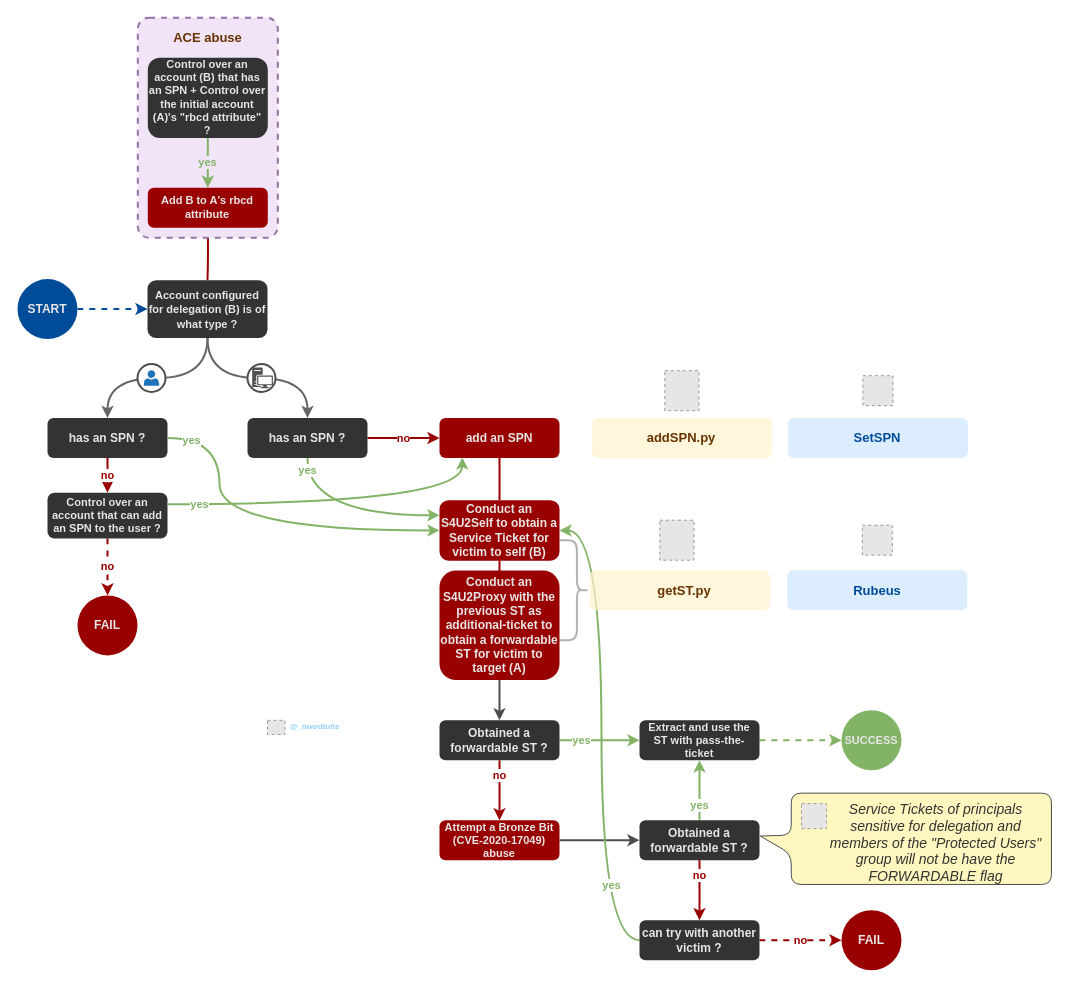
Above: page "rbcd" (3 of 3) of .assets/drawios/Kerberos_delegations.drawio in The-Hacker-Recipes/The-Hacker-Recipes (draw.io), before the change. Source tidied: cells renumbered, new cells numbered last; positions are measured from the earlier drawing's top-left corner, leaving out a move shared by most shapes. Both pictures are drawn from the tidied source at 100%, with x=0, y=0 at pixel (17, 17). Pictures stored in the file or linked from it are replaced by grey dashed boxes.
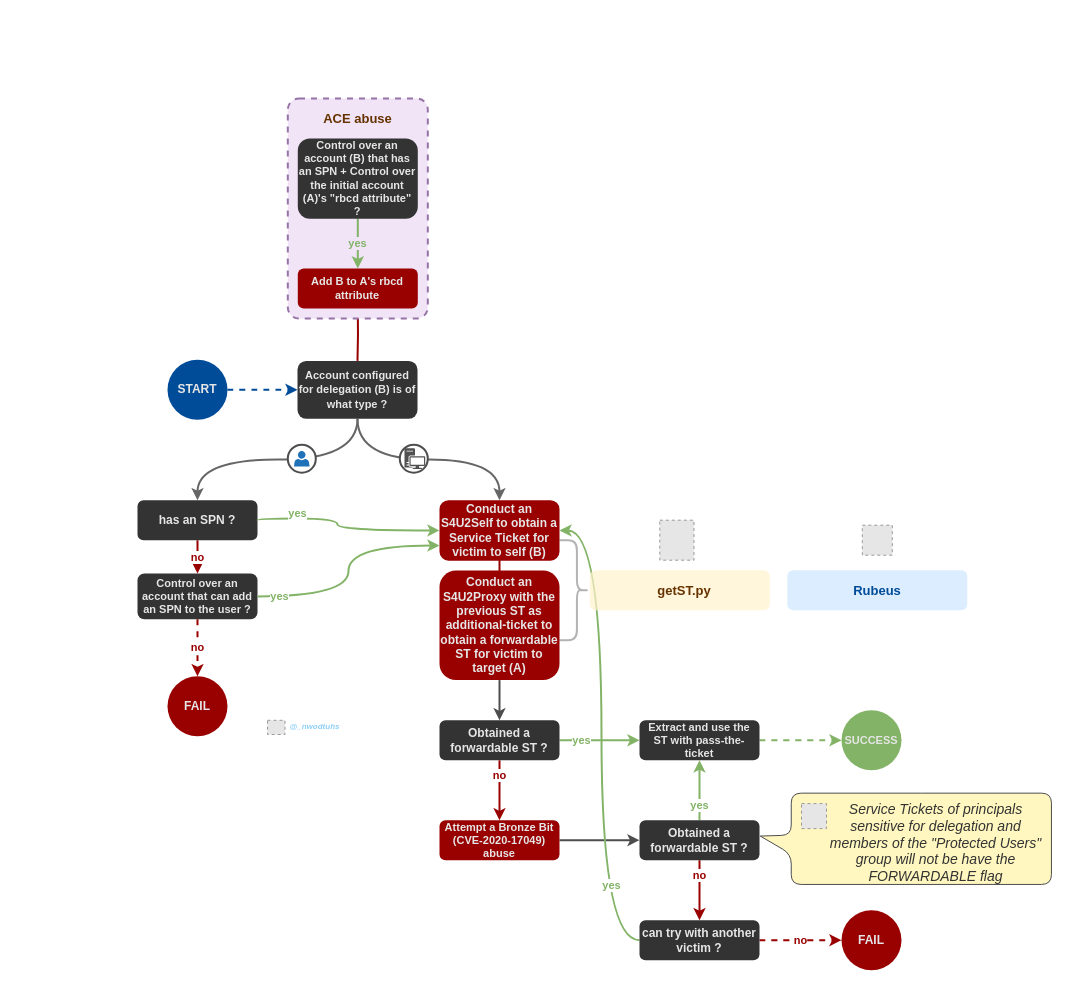
The same page after the edit.

Unchanged cells that the change refers to:
```xml
<mxCell id="28" value="Conduct an S4U2Self to obtain a Service Ticket for victim to self (B)" style="rounded=1;whiteSpace=wrap;html=1;fontColor=#E6E6E6;fontStyle=1;strokeColor=none;fillColor=#990000;" parent="1" vertex="1">
  <mxGeometry x="422" y="482.7" width="120" height="60.5" as="geometry" />
</mxCell>
```

Change to the diagram source:
```diff
@@
-    <mxCell id="33" style="rounded=0;jettySize=auto;html=1;strokeWidth=2;edgeStyle=orthogonalEdgeStyle;curved=1;strokeColor=#666666;" parent="1" edge="1" source="35" target="37">
+    <mxCell id="33" style="rounded=0;jettySize=auto;html=1;strokeWidth=2;edgeStyle=orthogonalEdgeStyle;curved=1;strokeColor=#666666;exitX=0.5;exitY=1;exitDx=0;exitDy=0;" parent="1" edge="1" source="35" target="37">
       <mxGeometry relative="1" as="geometry" />
     </mxCell>
-    <mxCell id="34" style="edgeStyle=orthogonalEdgeStyle;rounded=0;jettySize=auto;html=1;strokeWidth=2;curved=1;strokeColor=#666666;" parent="1" edge="1" source="35" target="39">
+    <mxCell id="34" style="edgeStyle=orthogonalEdgeStyle;rounded=0;jettySize=auto;html=1;strokeWidth=2;curved=1;strokeColor=#666666;entryX=0.5;entryY=0;entryDx=0;entryDy=0;exitX=0.5;exitY=1;exitDx=0;exitDy=0;" parent="1" edge="1" source="35" target="28">
       <mxGeometry relative="1" as="geometry" />
     </mxCell>
     <mxCell id="35" value="&lt;font style=&quot;font-size: 11px&quot;&gt;Account configured for delegation (B) is of what type ?&lt;/font&gt;" style="rounded=1;whiteSpace=wrap;html=1;fontColor=#E6E6E6;fontStyle=1;fillColor=#333333;strokeColor=none;" parent="1" vertex="1">
-      <mxGeometry x="130" y="262.7" width="120" height="57.8" as="geometry" />
+      <mxGeometry x="280" y="343.4" width="120" height="57.8" as="geometry" />
     </mxCell>
@@
     <mxCell id="37" value="has an SPN ?" style="rounded=1;whiteSpace=wrap;html=1;fontColor=#E6E6E6;fontStyle=1;fillColor=#333333;strokeColor=none;" parent="1" vertex="1">
-      <mxGeometry x="30" y="400.5" width="120" height="40" as="geometry" />
+      <mxGeometry x="120" y="482.7" width="120" height="40" as="geometry" />
     </mxCell>
-    <mxCell id="38" value="no" style="edgeStyle=orthogonalEdgeStyle;rounded=0;jettySize=auto;html=1;strokeWidth=2;curved=1;strokeColor=#990000;labelBackgroundColor=#ffffff;fontColor=#990000;fontStyle=1;" parent="1" edge="1" source="39" target="40">
-      <mxGeometry relative="1" as="geometry" />
-    </mxCell>
-    <mxCell id="39" value="has an SPN ?" style="rounded=1;whiteSpace=wrap;html=1;fontColor=#E6E6E6;fontStyle=1;fillColor=#333333;strokeColor=none;" parent="1" vertex="1">
-      <mxGeometry x="230" y="400.5" width="120" height="40" as="geometry" />
-    </mxCell>
-    <mxCell id="40" value="add an SPN" style="rounded=1;whiteSpace=wrap;html=1;fontColor=#E6E6E6;fontStyle=1;strokeColor=none;fillColor=#990000;" parent="1" vertex="1">
-      <mxGeometry x="422" y="400.5" width="120" height="40" as="geometry" />
-    </mxCell>
     <mxCell id="41" value="Control over an account that can add an SPN to the user ?" style="rounded=1;whiteSpace=wrap;html=1;fontColor=#E6E6E6;fontStyle=1;fillColor=#333333;strokeColor=none;fontSize=11;" parent="1" vertex="1">
-      <mxGeometry x="30" y="475.2" width="120" height="45.8" as="geometry" />
+      <mxGeometry x="120" y="556" width="120" height="45.8" as="geometry" />
     </mxCell>
     <mxCell id="42" value="FAIL" style="ellipse;whiteSpace=wrap;html=1;fillColor=#990000;fontSize=12;fontStyle=1;fontColor=#E6E6E6;strokeColor=none;" parent="1" vertex="1">
-      <mxGeometry x="60" y="577.9" width="60" height="60" as="geometry" />
+      <mxGeometry x="150" y="658.7" width="60" height="60" as="geometry" />
     </mxCell>
-    <mxCell id="43" style="rounded=1;whiteSpace=wrap;html=1;fillColor=#fff2cc;strokeColor=none;opacity=70;" parent="1" vertex="1">
-      <mxGeometry x="574.4" y="400.5" width="180" height="40" as="geometry" />
-    </mxCell>
-    <mxCell id="44" style="rounded=1;whiteSpace=wrap;html=1;fillColor=#CCE5FF;strokeColor=none;opacity=70;" parent="1" vertex="1">
-      <mxGeometry x="770.4" y="400.5" width="180" height="40" as="geometry" />
-    </mxCell>
-    <mxCell id="45" style="fillColor=#E6E6E6;strokeColor=#999999;dashed=1;verticalLabelPosition=bottom;labelBackgroundColor=#ffffff;verticalAlign=top;" parent="1" vertex="1">
-      <mxGeometry x="647.3" y="353.2" width="34.2" height="40" as="geometry" />
-    </mxCell>
-    <mxCell id="46" style="fillColor=#E6E6E6;strokeColor=#999999;dashed=1;verticalLabelPosition=bottom;labelBackgroundColor=#ffffff;verticalAlign=top;" parent="1" vertex="1">
-      <mxGeometry x="845.4" y="358.2" width="30" height="30" as="geometry" />
-    </mxCell>
-    <mxCell id="47" value="SetSPN" style="text;html=1;strokeColor=none;fillColor=none;align=center;verticalAlign=middle;whiteSpace=wrap;rounded=0;fontSize=13;fontStyle=1;fontColor=#004C99;" parent="1" vertex="1">
-      <mxGeometry x="820.4" y="410" width="80" height="20" as="geometry" />
-    </mxCell>
-    <mxCell id="48" value="addSPN.py" style="text;html=1;strokeColor=none;fillColor=none;align=center;verticalAlign=middle;whiteSpace=wrap;rounded=0;fontSize=13;fontStyle=1;fontColor=#663300;" parent="1" vertex="1">
-      <mxGeometry x="612.4" y="410" width="104" height="20" as="geometry" />
-    </mxCell>
     <mxCell id="49" style="group;" parent="1" vertex="1">
-      <mxGeometry x="120" y="346.5" width="28" height="28" as="geometry" />
+      <mxGeometry x="270.3" y="427.2" width="28" height="28" as="geometry" />
     </mxCell>
@@
     <mxCell id="52" style="group;" parent="1" vertex="1">
-      <mxGeometry x="230" y="346.5" width="28" height="28" as="geometry" />
+      <mxGeometry x="382.3" y="427.2" width="28" height="28" as="geometry" />
     </mxCell>
@@
-    <mxCell id="55" value="yes" style="edgeStyle=orthogonalEdgeStyle;rounded=0;jettySize=auto;html=1;fontSize=11;strokeWidth=2;curved=1;strokeColor=#82b366;fillColor=#d5e8d4;entryX=0.19;entryY=0.986;entryDx=0;entryDy=0;fontColor=#82B366;fontStyle=1;exitX=1;exitY=0.25;exitDx=0;exitDy=0;entryPerimeter=0;" parent="1" edge="1" source="41" target="40">
+    <mxCell id="55" value="yes" style="edgeStyle=orthogonalEdgeStyle;rounded=0;jettySize=auto;html=1;fontSize=11;strokeWidth=2;curved=1;strokeColor=#82b366;fillColor=#d5e8d4;entryX=0;entryY=0.75;entryDx=0;entryDy=0;fontColor=#82B366;fontStyle=1;exitX=1;exitY=0.5;exitDx=0;exitDy=0;" parent="1" edge="1" source="41" target="28">
       <mxGeometry x="-0.81" relative="1" as="geometry" />
     </mxCell>
-    <mxCell id="56" value="yes" style="edgeStyle=orthogonalEdgeStyle;rounded=0;jettySize=auto;html=1;strokeWidth=2;curved=1;strokeColor=#82b366;fillColor=#d5e8d4;fontColor=#82B366;fontStyle=1;entryX=0;entryY=0.25;entryDx=0;entryDy=0;exitX=0.5;exitY=1;exitDx=0;exitDy=0;" parent="1" edge="1" source="39" target="28">
-      <mxGeometry x="-0.87" relative="1" as="geometry" />
-    </mxCell>
     <mxCell id="57" value="yes" style="edgeStyle=orthogonalEdgeStyle;rounded=0;jettySize=auto;html=1;strokeWidth=2;curved=1;strokeColor=#82b366;fillColor=#d5e8d4;fontColor=#82B366;fontStyle=1;entryX=0;entryY=0.5;entryDx=0;entryDy=0;exitX=1;exitY=0.5;exitDx=0;exitDy=0;" parent="1" edge="1" source="37" target="28">
-      <mxGeometry x="-0.87" y="-2" relative="1" as="geometry">
+      <mxGeometry x="-0.57" y="5" relative="1" as="geometry">
         <Array as="points">
-          <mxPoint x="202" y="420.7" />
-          <mxPoint x="202" y="512.7" />
-          <mxPoint x="422" y="512.7" />
+          <mxPoint x="240" y="501" />
+          <mxPoint x="320" y="501" />
+          <mxPoint x="320" y="513" />
         </Array>
       </mxGeometry>
     </mxCell>
-    <mxCell id="58" style="edgeStyle=orthogonalEdgeStyle;rounded=0;jettySize=auto;html=1;fontSize=11;fontColor=#000000;strokeWidth=2;curved=1;endArrow=none;endFill=0;strokeColor=#990000;exitX=0.5;exitY=1;exitDx=0;exitDy=0;entryX=0.5;entryY=0;entryDx=0;entryDy=0;" parent="1" edge="1" source="40" target="28">
-      <mxGeometry relative="1" as="geometry" />
-    </mxCell>
@@
     <mxCell id="61" value="START" style="ellipse;whiteSpace=wrap;html=1;fontSize=12;fontStyle=1;fontColor=#E6E6E6;strokeColor=none;fillColor=#004C99;" parent="1" vertex="1">
-      <mxGeometry y="261.6" width="60" height="60" as="geometry" />
+      <mxGeometry x="150" y="342.3" width="60" height="60" as="geometry" />
     </mxCell>
     <mxCell id="62" style="edgeStyle=orthogonalEdgeStyle;curved=1;rounded=0;jettySize=auto;html=1;labelBackgroundColor=#ffffff;endArrow=none;endFill=0;strokeWidth=2;fontSize=11;fontColor=#990000;strokeColor=#990000;entryX=0.5;entryY=0;entryDx=0;entryDy=0;" parent="1" edge="1" target="35">
       <mxGeometry relative="1" as="geometry">
-        <mxPoint x="190.3" y="210.2" as="sourcePoint" />
+        <mxPoint x="340.3" y="291" as="sourcePoint" />
       </mxGeometry>
     </mxCell>
     <mxCell id="63" style="rounded=1;whiteSpace=wrap;html=1;strokeColor=#9673a6;arcSize=8;fillColor=#F1E4F7;strokeWidth=2;dashed=1;" parent="1" vertex="1">
-      <mxGeometry x="120.3" y="0.2" width="140" height="220" as="geometry" />
+      <mxGeometry x="270.3" y="81" width="140" height="220" as="geometry" />
     </mxCell>
@@
     <mxCell id="65" value="Control over an account (B) that has an SPN + Control over the initial account (A)'s &quot;rbcd attribute&quot; ?" style="rounded=1;whiteSpace=wrap;html=1;fontColor=#E6E6E6;fontStyle=1;fillColor=#333333;strokeColor=none;fontSize=11;" parent="1" vertex="1">
-      <mxGeometry x="130.3" y="40.2" width="120" height="80.2" as="geometry" />
+      <mxGeometry x="280.3" y="121" width="120" height="80.2" as="geometry" />
     </mxCell>
     <mxCell id="66" value="Add B to A's rbcd attribute" style="rounded=1;whiteSpace=wrap;html=1;fontColor=#E6E6E6;fontStyle=1;strokeColor=none;fillColor=#990000;fontSize=11;" parent="1" vertex="1">
-      <mxGeometry x="130.3" y="170.2" width="120" height="40" as="geometry" />
+      <mxGeometry x="280.3" y="251" width="120" height="40" as="geometry" />
     </mxCell>
     <mxCell id="67" value="ACE abuse" style="text;html=1;strokeColor=none;fillColor=none;align=center;verticalAlign=middle;whiteSpace=wrap;rounded=0;fontSize=13;fontStyle=1;fontColor=#663300;" parent="1" vertex="1">
-      <mxGeometry x="119.7" y="10.2" width="140.7" height="20" as="geometry" />
+      <mxGeometry x="269.7" y="91" width="140.7" height="20" as="geometry" />
     </mxCell>
```
